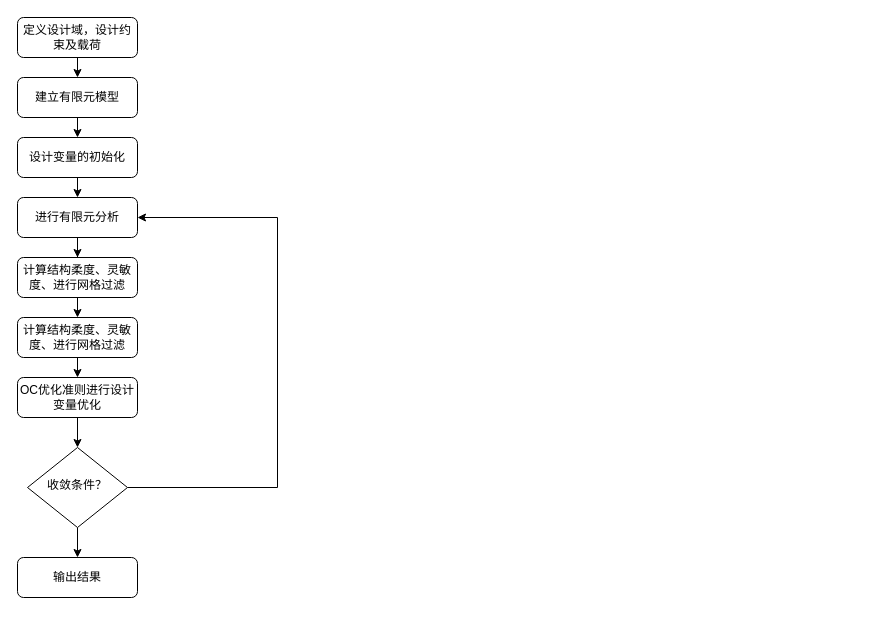
Earlier version of the draw.io diagram 未命名绘图.drawio (1078089635/BESO). Source tidied: cells renumbered, new cells numbered last; positions are measured from the earlier drawing's top-left corner, leaving out a move shared by most shapes. Both pictures are drawn from the tidied source at 100%, with x=0, y=0 at pixel (17, 17).
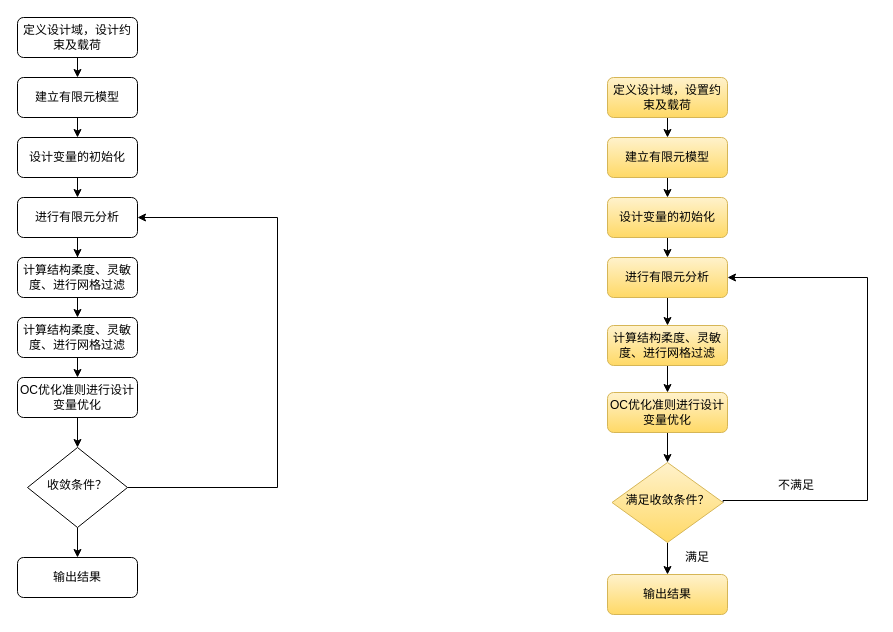
After the change.

Commit message:
更新未命名绘图.drawio

Change to the diagram source:
```diff
@@
+    <mxCell id="20" style="edgeStyle=orthogonalEdgeStyle;rounded=0;jettySize=auto;html=1;exitX=0.5;exitY=1;exitDx=0;exitDy=0;entryX=0.5;entryY=0;entryDx=0;entryDy=0;" parent="1" edge="1" source="21" target="27">
+      <mxGeometry relative="1" as="geometry" />
+    </mxCell>
+    <mxCell id="21" value="定义设计域，设置约束及载荷" style="rounded=1;whiteSpace=wrap;html=1;fontSize=12;glass=0;strokeWidth=1;shadow=0;fillColor=#fff2cc;strokeColor=#d6b656;gradientColor=#ffd966;" parent="1" vertex="1">
+      <mxGeometry x="590" y="60" width="120" height="40" as="geometry" />
+    </mxCell>
+    <mxCell id="22" style="edgeStyle=orthogonalEdgeStyle;rounded=0;jettySize=auto;html=1;entryX=1;entryY=0.5;entryDx=0;entryDy=0;exitX=1;exitY=0.5;exitDx=0;exitDy=0;" parent="1" edge="1" source="24" target="31">
+      <mxGeometry relative="1" as="geometry">
+        <Array as="points">
+          <mxPoint x="850" y="483" />
+          <mxPoint x="850" y="260" />
+        </Array>
+      </mxGeometry>
+    </mxCell>
+    <mxCell id="23" style="edgeStyle=orthogonalEdgeStyle;rounded=0;jettySize=auto;html=1;exitX=0.5;exitY=1;exitDx=0;exitDy=0;entryX=0.5;entryY=0;entryDx=0;entryDy=0;" parent="1" edge="1" source="24" target="25">
+      <mxGeometry relative="1" as="geometry" />
+    </mxCell>
+    <mxCell id="24" value="满足收敛条件？" style="rhombus;whiteSpace=wrap;html=1;shadow=0;fontFamily=Helvetica;fontSize=12;align=center;strokeWidth=1;spacing=6;spacingTop=-4;fillColor=#fff2cc;gradientColor=#ffd966;strokeColor=#d6b656;" parent="1" vertex="1">
+      <mxGeometry x="594.5" y="445" width="111" height="80" as="geometry" />
+    </mxCell>
+    <mxCell id="25" value="输出结果" style="rounded=1;whiteSpace=wrap;html=1;fontSize=12;glass=0;strokeWidth=1;shadow=0;fillColor=#fff2cc;gradientColor=#ffd966;strokeColor=#d6b656;" parent="1" vertex="1">
+      <mxGeometry x="590" y="557" width="120" height="40" as="geometry" />
+    </mxCell>
+    <mxCell id="26" style="edgeStyle=orthogonalEdgeStyle;rounded=0;jettySize=auto;html=1;exitX=0.5;exitY=1;exitDx=0;exitDy=0;entryX=0.5;entryY=0;entryDx=0;entryDy=0;" parent="1" edge="1" source="27" target="29">
+      <mxGeometry relative="1" as="geometry" />
+    </mxCell>
+    <mxCell id="27" value="建立有限元模型" style="rounded=1;whiteSpace=wrap;html=1;fontSize=12;glass=0;strokeWidth=1;shadow=0;fillColor=#fff2cc;gradientColor=#ffd966;strokeColor=#d6b656;" parent="1" vertex="1">
+      <mxGeometry x="590" y="120" width="120" height="40" as="geometry" />
+    </mxCell>
+    <mxCell id="28" style="edgeStyle=orthogonalEdgeStyle;rounded=0;jettySize=auto;html=1;exitX=0.5;exitY=1;exitDx=0;exitDy=0;entryX=0.5;entryY=0;entryDx=0;entryDy=0;" parent="1" edge="1" source="29" target="31">
+      <mxGeometry relative="1" as="geometry" />
+    </mxCell>
+    <mxCell id="29" value="设计变量的初始化" style="rounded=1;whiteSpace=wrap;html=1;fontSize=12;glass=0;strokeWidth=1;shadow=0;fillColor=#fff2cc;gradientColor=#ffd966;strokeColor=#d6b656;" parent="1" vertex="1">
+      <mxGeometry x="590" y="180" width="120" height="40" as="geometry" />
+    </mxCell>
+    <mxCell id="30" style="edgeStyle=orthogonalEdgeStyle;rounded=0;jettySize=auto;html=1;exitX=0.5;exitY=1;exitDx=0;exitDy=0;" parent="1" edge="1" source="31" target="33">
+      <mxGeometry relative="1" as="geometry" />
+    </mxCell>
+    <mxCell id="31" value="进行有限元分析" style="rounded=1;whiteSpace=wrap;html=1;fontSize=12;glass=0;strokeWidth=1;shadow=0;fillColor=#fff2cc;gradientColor=#ffd966;strokeColor=#d6b656;" parent="1" vertex="1">
+      <mxGeometry x="590" y="240" width="120" height="40" as="geometry" />
+    </mxCell>
+    <mxCell id="32" style="edgeStyle=orthogonalEdgeStyle;rounded=0;jettySize=auto;html=1;exitX=0.5;exitY=1;exitDx=0;exitDy=0;" parent="1" edge="1" source="33">
+      <mxGeometry relative="1" as="geometry">
+        <mxPoint x="650" y="375" as="targetPoint" />
+      </mxGeometry>
+    </mxCell>
+    <mxCell id="33" value="计算结构柔度、灵敏度、进行网格过滤" style="rounded=1;whiteSpace=wrap;html=1;fontSize=12;glass=0;strokeWidth=1;shadow=0;fillColor=#fff2cc;gradientColor=#ffd966;strokeColor=#d6b656;" parent="1" vertex="1">
+      <mxGeometry x="590" y="308" width="120" height="40" as="geometry" />
+    </mxCell>
+    <mxCell id="34" style="edgeStyle=orthogonalEdgeStyle;rounded=0;jettySize=auto;html=1;exitX=0.5;exitY=1;exitDx=0;exitDy=0;entryX=0.5;entryY=0;entryDx=0;entryDy=0;" parent="1" edge="1" source="35" target="24">
+      <mxGeometry relative="1" as="geometry" />
+    </mxCell>
+    <mxCell id="35" value="OC优化准则进行设计变量优化" style="rounded=1;whiteSpace=wrap;html=1;fontSize=12;glass=0;strokeWidth=1;shadow=0;fillColor=#fff2cc;gradientColor=#ffd966;strokeColor=#d6b656;" parent="1" vertex="1">
+      <mxGeometry x="590" y="375" width="120" height="40" as="geometry" />
+    </mxCell>
+    <mxCell id="36" value="不满足" style="text;strokeColor=none;align=center;fillColor=none;html=1;verticalAlign=middle;whiteSpace=wrap;rounded=0;" parent="1" vertex="1">
+      <mxGeometry x="749" y="453" width="60" height="30" as="geometry" />
+    </mxCell>
+    <mxCell id="37" value="满足" style="text;strokeColor=none;align=center;fillColor=none;html=1;verticalAlign=middle;whiteSpace=wrap;rounded=0;" parent="1" vertex="1">
+      <mxGeometry x="650" y="525" width="60" height="30" as="geometry" />
+    </mxCell>
```
